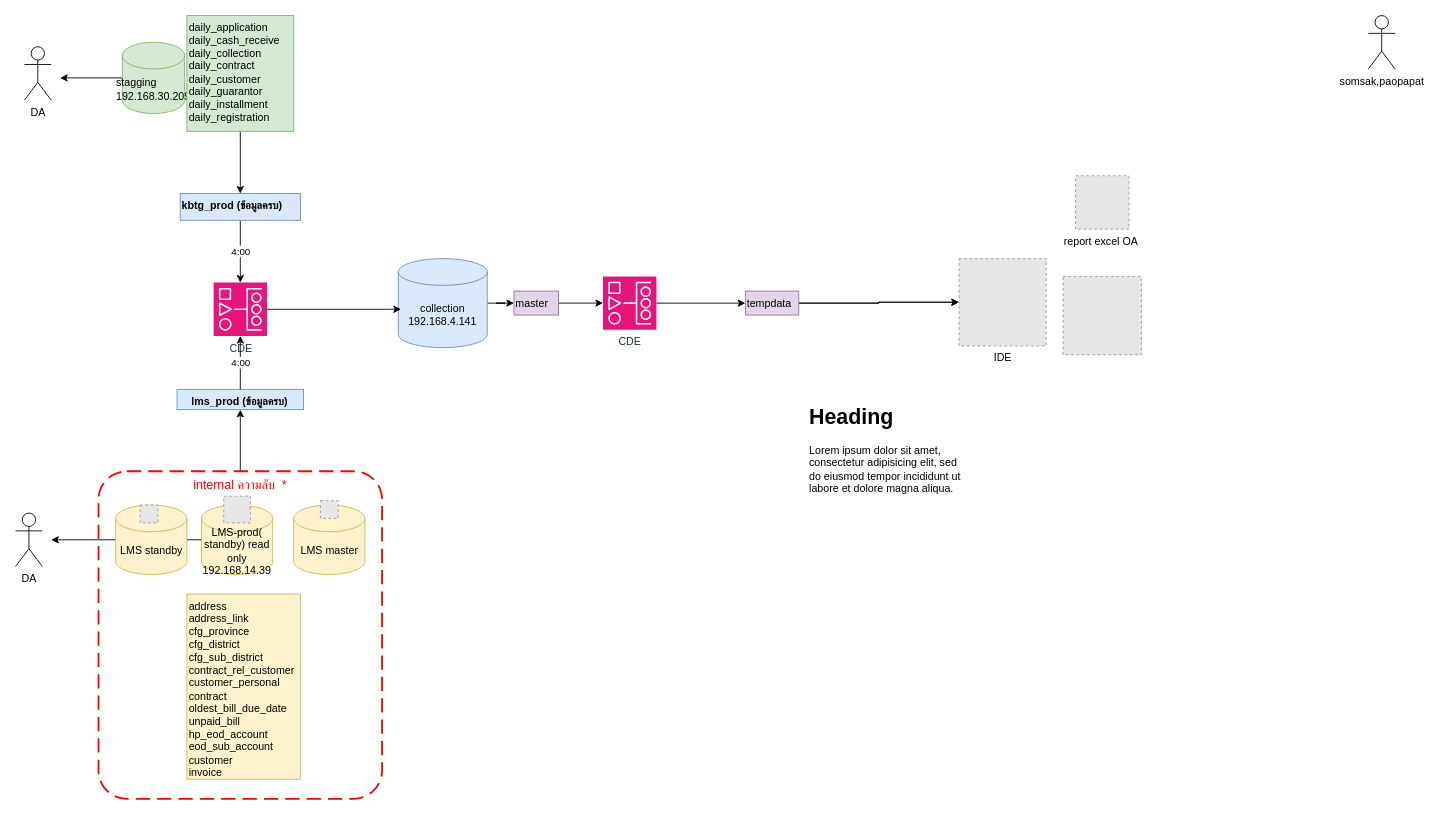
Before: page "collection" (1 of 2) of share_collection.drawio in monliepops/drawio, a draw.io diagram. Source tidied: cells renumbered, new cells numbered last; positions are measured from the earlier drawing's top-left corner, leaving out a move shared by most shapes. Both pictures are drawn from the tidied source at 89%, with x=0, y=0 at pixel (15, 15). Pictures stored in the file or linked from it are replaced by grey dashed boxes.
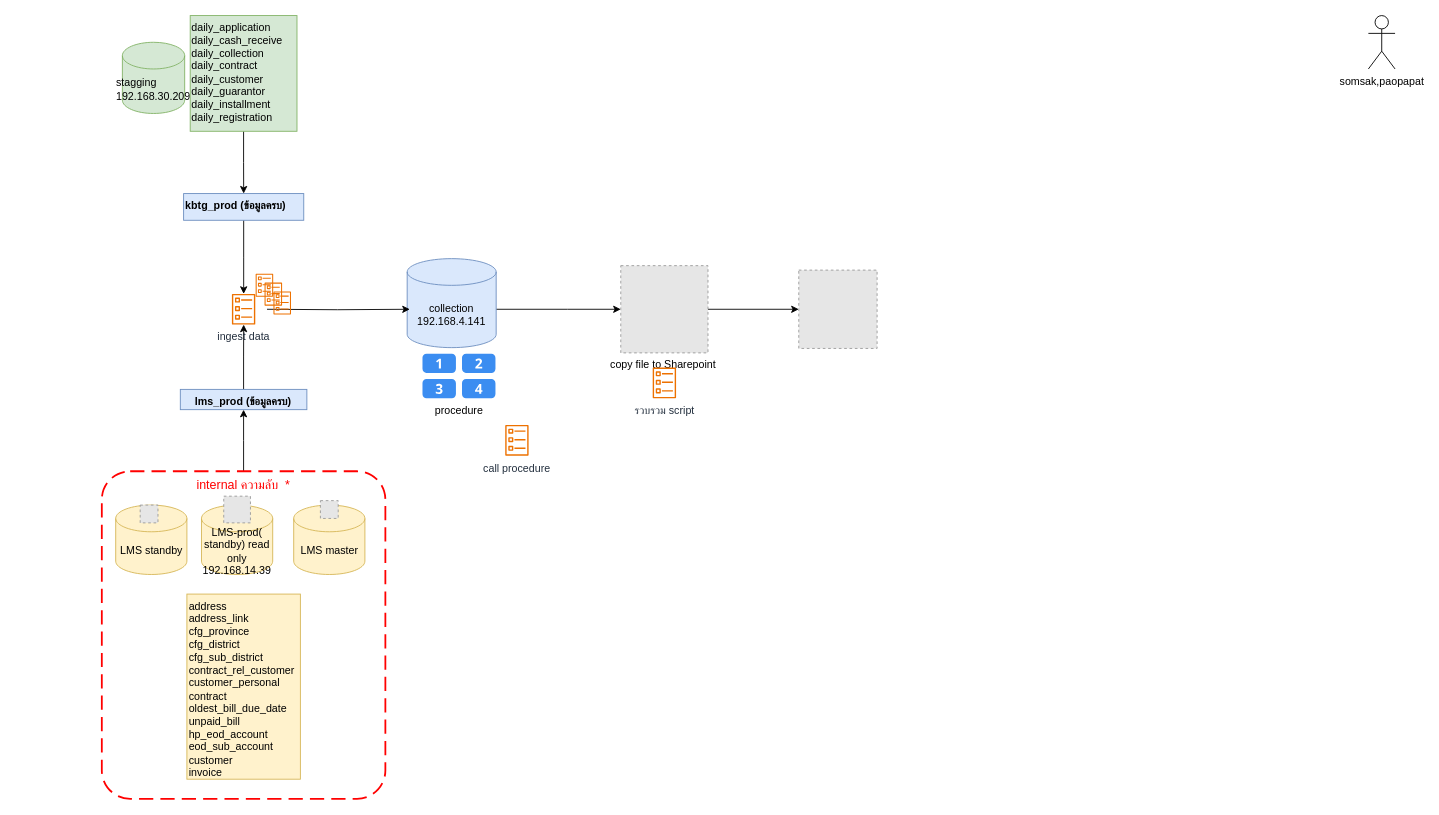
Above is the later version.

Unchanged cells that the change refers to:
```xml
<mxCell id="8" value="&lt;div style=&quot;text-align: left;&quot;&gt;stagging&lt;/div&gt;&lt;div&gt;192.168.30.209&lt;br&gt;&lt;/div&gt;" style="shape=cylinder3;whiteSpace=wrap;html=1;boundedLbl=1;backgroundOutline=1;size=15;fillColor=#d5e8d4;strokeColor=#82b366;" parent="1" vertex="1">
  <mxGeometry x="120" y="30" width="70" height="80" as="geometry" />
</mxCell>
<mxCell id="17" value="LMS-prod( standby) read only&lt;div&gt;192.168.14.39&lt;/div&gt;" style="shape=cylinder3;whiteSpace=wrap;html=1;boundedLbl=1;backgroundOutline=1;size=15;fillColor=#fff2cc;strokeColor=#d6b656;" parent="1" vertex="1">
  <mxGeometry x="208.9" y="550" width="80" height="78" as="geometry" />
</mxCell>
```

The edit, as a diff of the source:
```diff
@@
     <mxCell id="3" value="internal ความลับ  *" style="rounded=1;arcSize=10;dashed=1;strokeColor=#ff0000;fillColor=none;gradientColor=none;dashPattern=8 4;strokeWidth=2;textShadow=0;align=center;glass=0;fontColor=#FF0000;verticalAlign=top;fontSize=14;" parent="1" vertex="1">
-      <mxGeometry x="93.2" y="512" width="318.6" height="368" as="geometry" />
+      <mxGeometry x="96.9" y="512" width="318.6" height="368" as="geometry" />
     </mxCell>
@@
-    <mxCell id="5" style="edgeStyle=orthogonalEdgeStyle;rounded=0;jettySize=auto;html=1;entryX=0;entryY=0.5;entryDx=0;entryDy=0;" parent="1" edge="1" source="6" target="14">
-      <mxGeometry relative="1" as="geometry" />
-    </mxCell>
+    <mxCell id="38" style="edgeStyle=orthogonalEdgeStyle;rounded=0;jettySize=auto;html=1;entryX=0;entryY=0.5;entryDx=0;entryDy=0;" parent="1" edge="1" source="6" target="33">
+      <mxGeometry relative="1" as="geometry">
+        <Array as="points">
+          <mxPoint x="620" y="330" />
+          <mxPoint x="620" y="330" />
+        </Array>
+      </mxGeometry>
+    </mxCell>
     <mxCell id="6" value="collection 192.168.4.141" style="shape=cylinder3;whiteSpace=wrap;html=1;boundedLbl=1;backgroundOutline=1;size=15;fillColor=#dae8fc;strokeColor=#6c8ebf;" parent="1" vertex="1">
-      <mxGeometry x="430" y="273.1" width="100" height="100" as="geometry" />
+      <mxGeometry x="440" y="273.1" width="100" height="100" as="geometry" />
     </mxCell>
-    <mxCell id="7" style="edgeStyle=orthogonalEdgeStyle;rounded=0;jettySize=auto;html=1;" parent="1" edge="1" source="8">
-      <mxGeometry relative="1" as="geometry">
-        <mxPoint x="50" y="70" as="targetPoint" />
-      </mxGeometry>
-    </mxCell>
@@
     <mxCell id="10" value="daily_application&#10;daily_cash_receive&#10;daily_collection&#10;daily_contract&#10;daily_customer&#10;daily_guarantor&#10;daily_installment&#10;daily_registration" style="text;whiteSpace=wrap;fillColor=#d5e8d4;strokeColor=#82b366;" parent="1" vertex="1">
-      <mxGeometry x="192.5" width="120" height="130" as="geometry" />
+      <mxGeometry x="196.2" width="120" height="130" as="geometry" />
     </mxCell>
@@
-    <mxCell id="12" style="edgeStyle=orthogonalEdgeStyle;rounded=0;jettySize=auto;html=1;entryX=0;entryY=0.5;entryDx=0;entryDy=0;" parent="1" edge="1" source="30" target="33">
-      <mxGeometry relative="1" as="geometry" />
-    </mxCell>
-    <mxCell id="13" style="edgeStyle=orthogonalEdgeStyle;rounded=0;jettySize=auto;html=1;exitX=1;exitY=0.5;exitDx=0;exitDy=0;" parent="1" edge="1" source="14" target="32">
-      <mxGeometry relative="1" as="geometry" />
-    </mxCell>
-    <mxCell id="14" value="master" style="text;whiteSpace=wrap;fillColor=#e1d5e7;strokeColor=#9673a6;" parent="1" vertex="1">
-      <mxGeometry x="560" y="309.6" width="50" height="26.9" as="geometry" />
-    </mxCell>
-    <mxCell id="15" value="report excel OA&amp;nbsp;" style="fillColor=#E6E6E6;strokeColor=#999999;dashed=1;html=1;verticalAlign=top;verticalLabelPosition=bottom;labelBackgroundColor=#ffffff;" parent="1" vertex="1">
-      <mxGeometry x="1191" y="180" width="60" height="60" as="geometry" />
-    </mxCell>
-    <mxCell id="16" style="edgeStyle=orthogonalEdgeStyle;rounded=0;jettySize=auto;html=1;" parent="1" edge="1" source="17">
-      <mxGeometry relative="1" as="geometry">
-        <mxPoint x="40" y="589" as="targetPoint" />
-      </mxGeometry>
-    </mxCell>
@@
+    <mxCell id="39" style="edgeStyle=orthogonalEdgeStyle;rounded=0;jettySize=auto;html=1;" parent="1" edge="1" source="20" target="42">
+      <mxGeometry relative="1" as="geometry" />
+    </mxCell>
     <mxCell id="20" value="lms_prod (ข้อมูลครบ)&#10;&#10;" style="text;whiteSpace=wrap;fontStyle=1;labelBorderColor=none;textShadow=0;labelBackgroundColor=none;rounded=0;strokeColor=#6c8ebf;fillColor=#dae8fc;align=center;" parent="1" vertex="1">
-      <mxGeometry x="181.4" y="420" width="142.2" height="22.8" as="geometry" />
+      <mxGeometry x="185.1" y="420" width="142.2" height="22.8" as="geometry" />
     </mxCell>
@@
-    <mxCell id="23" value="CDE" style="sketch=0;points=[[0,0,0],[0.25,0,0],[0.5,0,0],[0.75,0,0],[1,0,0],[0,1,0],[0.25,1,0],[0.5,1,0],[0.75,1,0],[1,1,0],[0,0.25,0],[0,0.5,0],[0,0.75,0],[1,0.25,0],[1,0.5,0],[1,0.75,0]];outlineConnect=0;fontColor=#232F3E;fillColor=#E7157B;strokeColor=#ffffff;dashed=0;verticalLabelPosition=bottom;verticalAlign=top;align=center;html=1;fontSize=12;fontStyle=0;shape=mxgraph.aws4.resourceIcon;resIcon=mxgraph.aws4.managed_workflows_for_apache_airflow;" parent="1" vertex="1">
-      <mxGeometry x="222.5" y="300" width="60" height="60" as="geometry" />
-    </mxCell>
-    <mxCell id="24" value="4:00" style="edgeStyle=orthogonalEdgeStyle;rounded=0;jettySize=auto;html=1;" parent="1" edge="1" source="25" target="23">
-      <mxGeometry relative="1" as="geometry" />
-    </mxCell>
+    <mxCell id="40" style="edgeStyle=orthogonalEdgeStyle;rounded=0;jettySize=auto;html=1;" parent="1" edge="1" source="25" target="42">
+      <mxGeometry relative="1" as="geometry" />
+    </mxCell>
     <mxCell id="25" value="kbtg_prod (ข้อมูลครบ)&#10;&#10;" style="text;whiteSpace=wrap;fontStyle=1;labelBorderColor=none;textShadow=0;labelBackgroundColor=none;rounded=0;strokeColor=#6c8ebf;fillColor=#dae8fc;" parent="1" vertex="1">
-      <mxGeometry x="185" y="200" width="135" height="30" as="geometry" />
+      <mxGeometry x="188.8" y="200" width="135" height="30" as="geometry" />
     </mxCell>
-    <mxCell id="26" style="edgeStyle=orthogonalEdgeStyle;rounded=0;jettySize=auto;html=1;entryX=0.03;entryY=0.569;entryDx=0;entryDy=0;entryPerimeter=0;" parent="1" edge="1" source="23" target="6">
-      <mxGeometry relative="1" as="geometry" />
+    <mxCell id="26" style="edgeStyle=orthogonalEdgeStyle;rounded=0;jettySize=auto;html=1;entryX=0.03;entryY=0.569;entryDx=0;entryDy=0;entryPerimeter=0;" parent="1" edge="1" target="6">
+      <mxGeometry relative="1" as="geometry">
+        <mxPoint x="282.5" y="330" as="sourcePoint" />
+      </mxGeometry>
     </mxCell>
@@
-    <mxCell id="28" value="4:00" style="edgeStyle=orthogonalEdgeStyle;rounded=0;jettySize=auto;html=1;exitX=0.5;exitY=0;exitDx=0;exitDy=0;entryX=0.5;entryY=1;entryDx=0;entryDy=0;entryPerimeter=0;" parent="1" edge="1" source="20" target="23">
-      <mxGeometry relative="1" as="geometry" />
-    </mxCell>
-    <mxCell id="29" style="edgeStyle=orthogonalEdgeStyle;rounded=0;jettySize=auto;html=1;" parent="1" edge="1" source="30" target="33">
-      <mxGeometry relative="1" as="geometry" />
-    </mxCell>
-    <mxCell id="30" value="tempdata" style="text;whiteSpace=wrap;fillColor=#e1d5e7;strokeColor=#9673a6;" parent="1" vertex="1">
-      <mxGeometry x="820" y="309.6" width="60" height="26.9" as="geometry" />
-    </mxCell>
-    <mxCell id="31" style="edgeStyle=orthogonalEdgeStyle;rounded=0;jettySize=auto;html=1;exitX=1;exitY=0.5;exitDx=0;exitDy=0;exitPerimeter=0;" parent="1" edge="1" source="32" target="30">
-      <mxGeometry relative="1" as="geometry" />
-    </mxCell>
-    <mxCell id="32" value="CDE" style="sketch=0;points=[[0,0,0],[0.25,0,0],[0.5,0,0],[0.75,0,0],[1,0,0],[0,1,0],[0.25,1,0],[0.5,1,0],[0.75,1,0],[1,1,0],[0,0.25,0],[0,0.5,0],[0,0.75,0],[1,0.25,0],[1,0.5,0],[1,0.75,0]];outlineConnect=0;fontColor=#232F3E;fillColor=#E7157B;strokeColor=#ffffff;dashed=0;verticalLabelPosition=bottom;verticalAlign=top;align=center;html=1;fontSize=12;fontStyle=0;shape=mxgraph.aws4.resourceIcon;resIcon=mxgraph.aws4.managed_workflows_for_apache_airflow;" parent="1" vertex="1">
-      <mxGeometry x="660" y="293.1" width="60" height="60" as="geometry" />
-    </mxCell>
+    <mxCell id="41" style="edgeStyle=orthogonalEdgeStyle;rounded=0;jettySize=auto;html=1;entryX=0;entryY=0.5;entryDx=0;entryDy=0;" parent="1" edge="1" source="33" target="34">
+      <mxGeometry relative="1" as="geometry" />
+    </mxCell>
-    <mxCell id="33" value="IDE" style="fillColor=#E6E6E6;strokeColor=#999999;dashed=1;html=1;verticalAlign=top;verticalLabelPosition=bottom;labelBackgroundColor=#ffffff;" parent="1" vertex="1">
-      <mxGeometry x="1060" y="273.1" width="98" height="98" as="geometry" />
+    <mxCell id="33" value="copy file to Sharepoint&amp;nbsp;" style="fillColor=#E6E6E6;strokeColor=#999999;dashed=1;html=1;verticalAlign=top;verticalLabelPosition=bottom;labelBackgroundColor=#ffffff;" parent="1" vertex="1">
+      <mxGeometry x="680" y="281" width="98" height="98" as="geometry" />
     </mxCell>
     <mxCell id="34" style="fillColor=#E6E6E6;strokeColor=#999999;dashed=1;html=1;verticalAlign=top;verticalLabelPosition=bottom;labelBackgroundColor=#ffffff;" parent="1" vertex="1">
-      <mxGeometry x="1177" y="293.1" width="88" height="88" as="geometry" />
+      <mxGeometry x="880" y="286" width="88" height="88" as="geometry" />
     </mxCell>
-    <mxCell id="35" value="&lt;h1 style=&quot;margin-top: 0px;&quot;&gt;Heading&lt;/h1&gt;&lt;p&gt;Lorem ipsum dolor sit amet, consectetur adipisicing elit, sed do eiusmod tempor incididunt ut labore et dolore magna aliqua.&lt;/p&gt;" style="text;html=1;whiteSpace=wrap;overflow=hidden;rounded=0;" parent="1" vertex="1">
-      <mxGeometry x="890" y="430" width="180" height="120" as="geometry" />
-    </mxCell>
-    <mxCell id="36" value="DA" style="shape=umlActor;verticalLabelPosition=bottom;verticalAlign=top;html=1;" parent="1" vertex="1">
-      <mxGeometry y="559" width="30" height="60" as="geometry" />
-    </mxCell>
-    <mxCell id="37" value="DA" style="shape=umlActor;verticalLabelPosition=bottom;verticalAlign=top;html=1;" parent="1" vertex="1">
-      <mxGeometry x="10" y="35" width="30" height="60" as="geometry" />
-    </mxCell>
+    <mxCell id="42" value="ingest data" style="sketch=0;outlineConnect=0;fontColor=#232F3E;gradientColor=none;fillColor=#ED7100;strokeColor=none;dashed=0;verticalLabelPosition=bottom;verticalAlign=top;align=center;html=1;fontSize=12;fontStyle=0;shape=mxgraph.aws4.ecs_task;" parent="1" vertex="1">
+      <mxGeometry x="242.9" y="312.7" width="26.6" height="34.5" as="geometry" />
+    </mxCell>
+    <mxCell id="43" value="procedure" style="sketch=0;html=1;strokeColor=none;shadow=0;fillColor=#3B8DF1;verticalAlign=top;labelPosition=center;verticalLabelPosition=bottom;shape=mxgraph.gcp2.task_queues_2;" parent="1" vertex="1">
+      <mxGeometry x="457.2" y="380" width="82" height="50" as="geometry" />
+    </mxCell>
+    <mxCell id="44" value="call procedure" style="sketch=0;fontColor=#232F3E;gradientColor=none;fillColor=#ED7100;strokeColor=none;dashed=0;verticalLabelPosition=bottom;verticalAlign=top;align=center;html=1;fontSize=12;fontStyle=0;shape=mxgraph.aws4.ecs_task;" parent="1" vertex="1">
+      <mxGeometry x="550" y="460" width="26.6" height="34.5" as="geometry" />
+    </mxCell>
+    <mxCell id="45" value="รวบรวม script" style="sketch=0;fontColor=#232F3E;gradientColor=none;fillColor=#ED7100;strokeColor=none;dashed=0;verticalLabelPosition=bottom;verticalAlign=top;align=center;html=1;fontSize=12;fontStyle=0;shape=mxgraph.aws4.ecs_task;" parent="1" vertex="1">
+      <mxGeometry x="715.7" y="395.5" width="26.6" height="34.5" as="geometry" />
+    </mxCell>
+    <mxCell id="46" style="sketch=0;fontColor=#232F3E;gradientColor=none;fillColor=#ED7100;strokeColor=none;dashed=0;verticalLabelPosition=bottom;verticalAlign=top;align=center;html=1;fontSize=12;fontStyle=0;shape=mxgraph.aws4.ecs_task;" parent="1" vertex="1">
+      <mxGeometry x="269.6" y="290" width="20" height="25.9" as="geometry" />
+    </mxCell>
+    <mxCell id="47" style="sketch=0;fontColor=#232F3E;gradientColor=none;fillColor=#ED7100;strokeColor=none;dashed=0;verticalLabelPosition=bottom;verticalAlign=top;align=center;html=1;fontSize=12;fontStyle=0;shape=mxgraph.aws4.ecs_task;" parent="1" vertex="1">
+      <mxGeometry x="279.6" y="300" width="20" height="25.9" as="geometry" />
+    </mxCell>
+    <mxCell id="48" style="sketch=0;fontColor=#232F3E;gradientColor=none;fillColor=#ED7100;strokeColor=none;dashed=0;verticalLabelPosition=bottom;verticalAlign=top;align=center;html=1;fontSize=12;fontStyle=0;shape=mxgraph.aws4.ecs_task;" parent="1" vertex="1">
+      <mxGeometry x="289.6" y="310" width="20" height="25.9" as="geometry" />
+    </mxCell>
```
